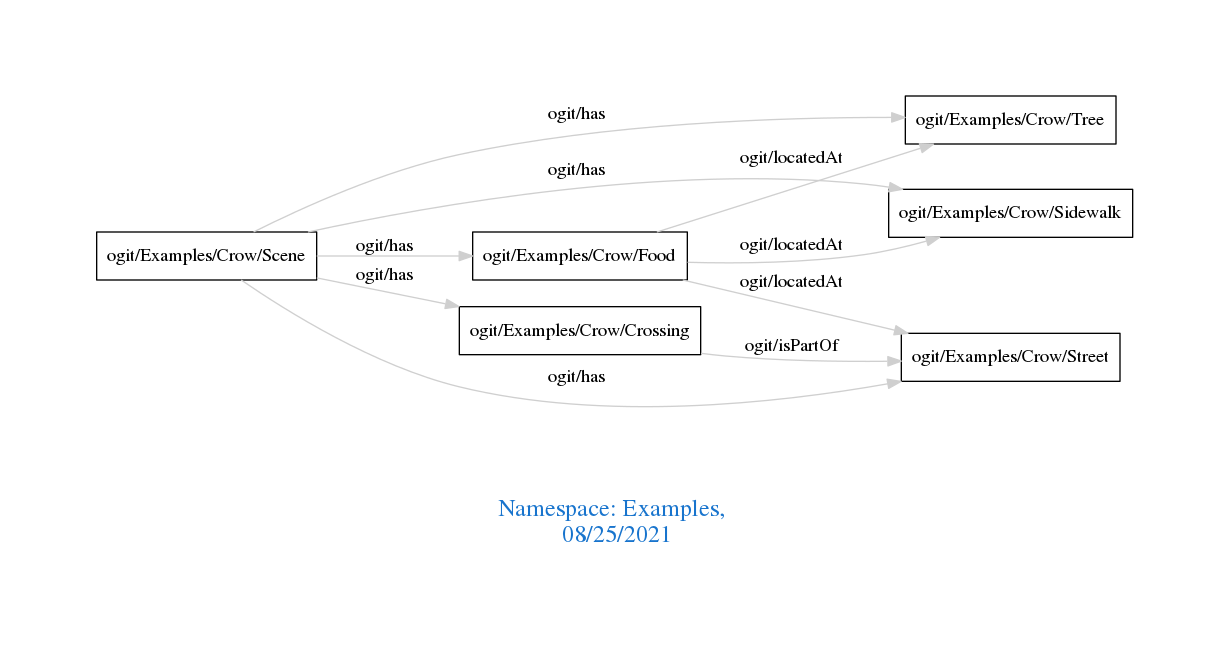
This is downloads/Examples.png from arago/OGIT, a Graphviz export, as it was before one commit. Its source is kept beside it as downloads/Examples.dot.
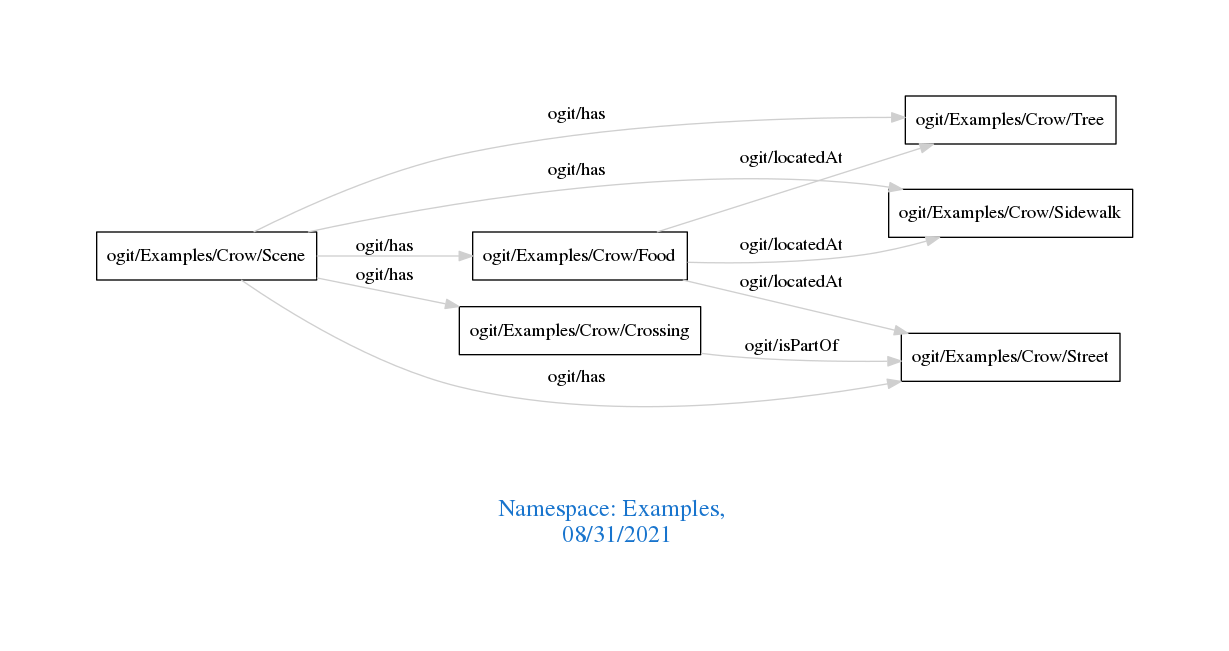
After the commit.

Change to the diagram source:
```diff
@@ -1,7 +1,7 @@
 digraph OGIT_ontology {
  graph [ rankdir= LR,pad=1
 fontsize = 18,
-fontcolor= dodgerblue3,label = "\n\n\nNamespace: Examples, \n 08/25/2021"];
+fontcolor= dodgerblue3,label = "\n\n\nNamespace: Examples, \n 08/31/2021"];
 node[shape=polygon];
 edge [  color="gray81"];
 
```
